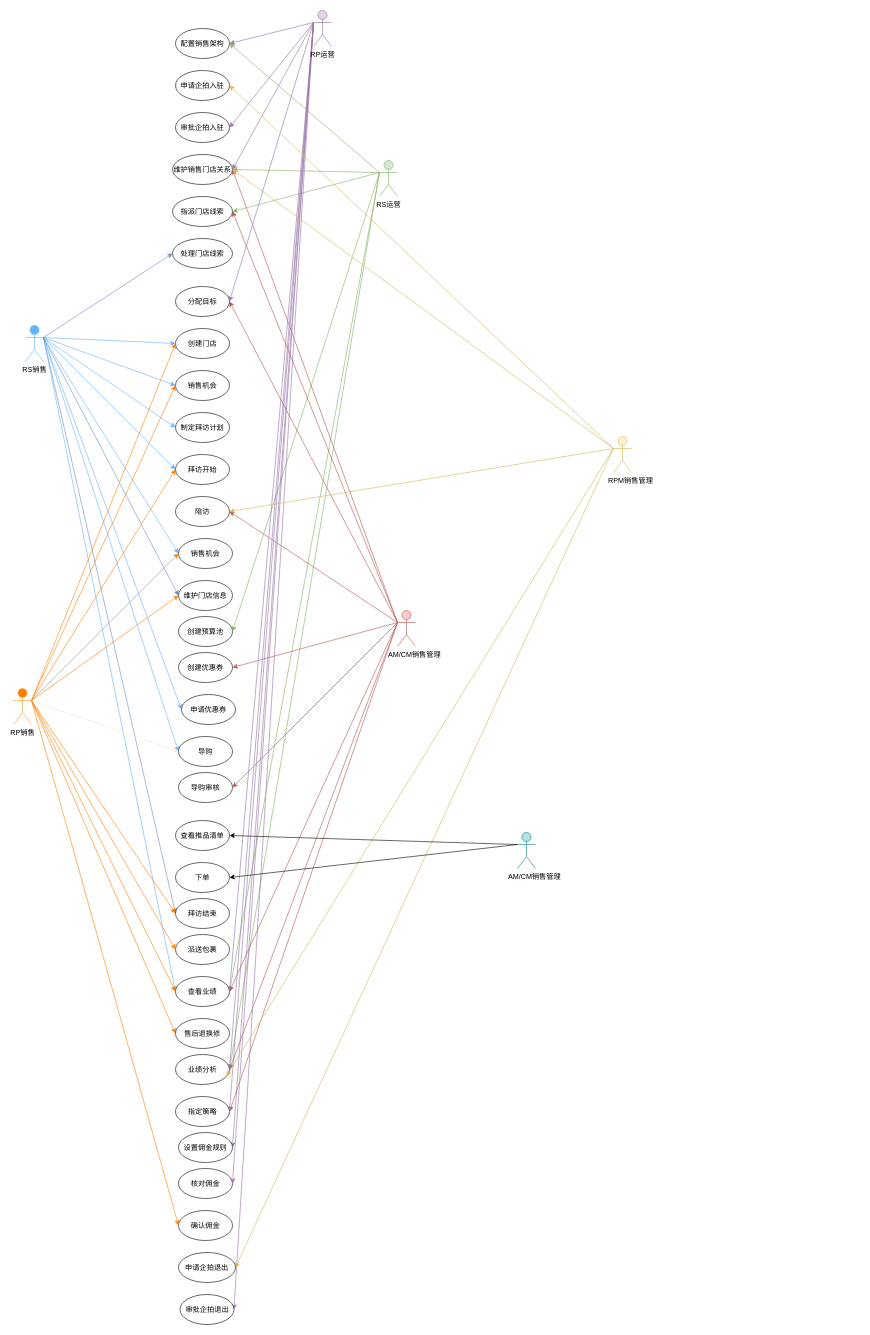
This is 渠道-用例图.drawio from shixiaoding/draw, a draw.io file, before an edit. Source tidied: cells renumbered, new cells numbered last; positions are measured from the earlier drawing's top-left corner, leaving out a move shared by most shapes. Both pictures are drawn from the tidied source at 60%, with x=0, y=0 at pixel (13, 10).
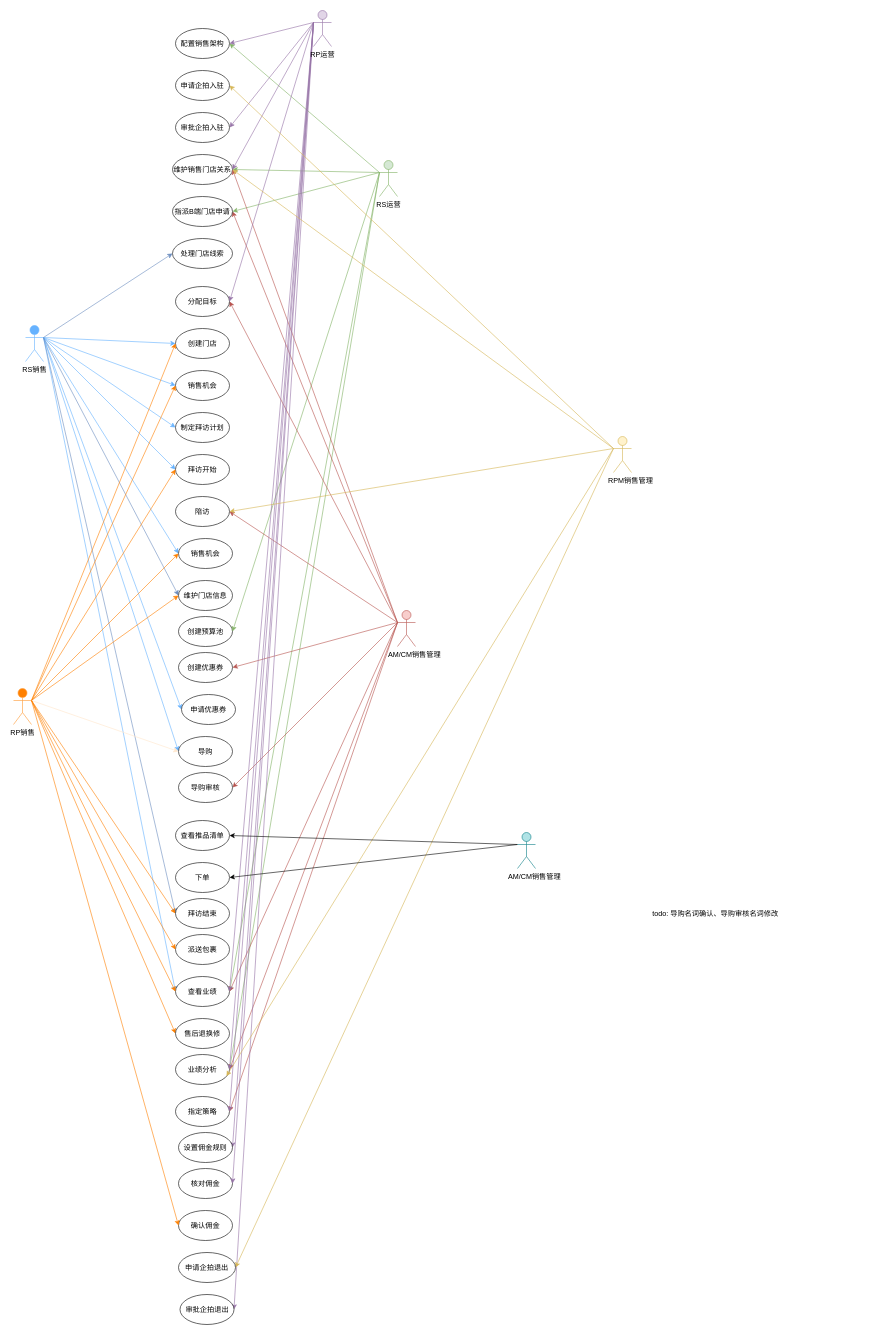
Above is the later version.

Commit message:
更新渠道-用例图.drawio

Diff of the diagram source:
```diff
@@
-    <mxCell id="65" value="指派门店线索" style="ellipse;whiteSpace=wrap;html=1;" parent="1" vertex="1">
+    <mxCell id="65" value="指派B端门店申请" style="ellipse;whiteSpace=wrap;html=1;" parent="1" vertex="1">
       <mxGeometry x="265" y="310" width="100" height="50" as="geometry" />
     </mxCell>
@@
+    <mxCell id="95" value="todo: 导购名词确认、导购审核名词修改" style="text;html=1;align=center;verticalAlign=middle;whiteSpace=wrap;rounded=0;" parent="1" vertex="1">
+      <mxGeometry x="930" y="1490" width="480" height="30" as="geometry" />
+    </mxCell>
```
